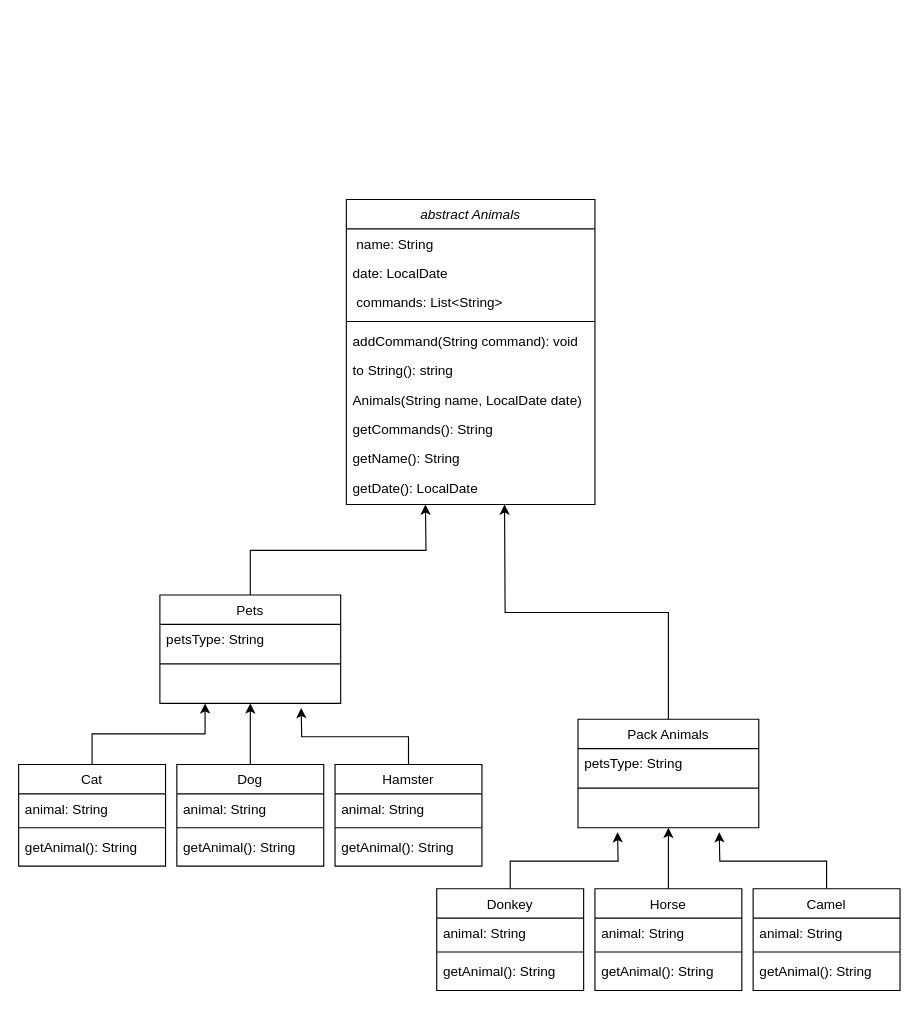
Before: diagram/Diagram class.drawio in Baevar/finalHomeWork, a draw.io diagram. Source tidied: cells renumbered, new cells numbered last; positions are measured from the earlier drawing's top-left corner, leaving out a move shared by most shapes. Both pictures are drawn from the tidied source at 113%, with x=0, y=0 at pixel (18, 199).
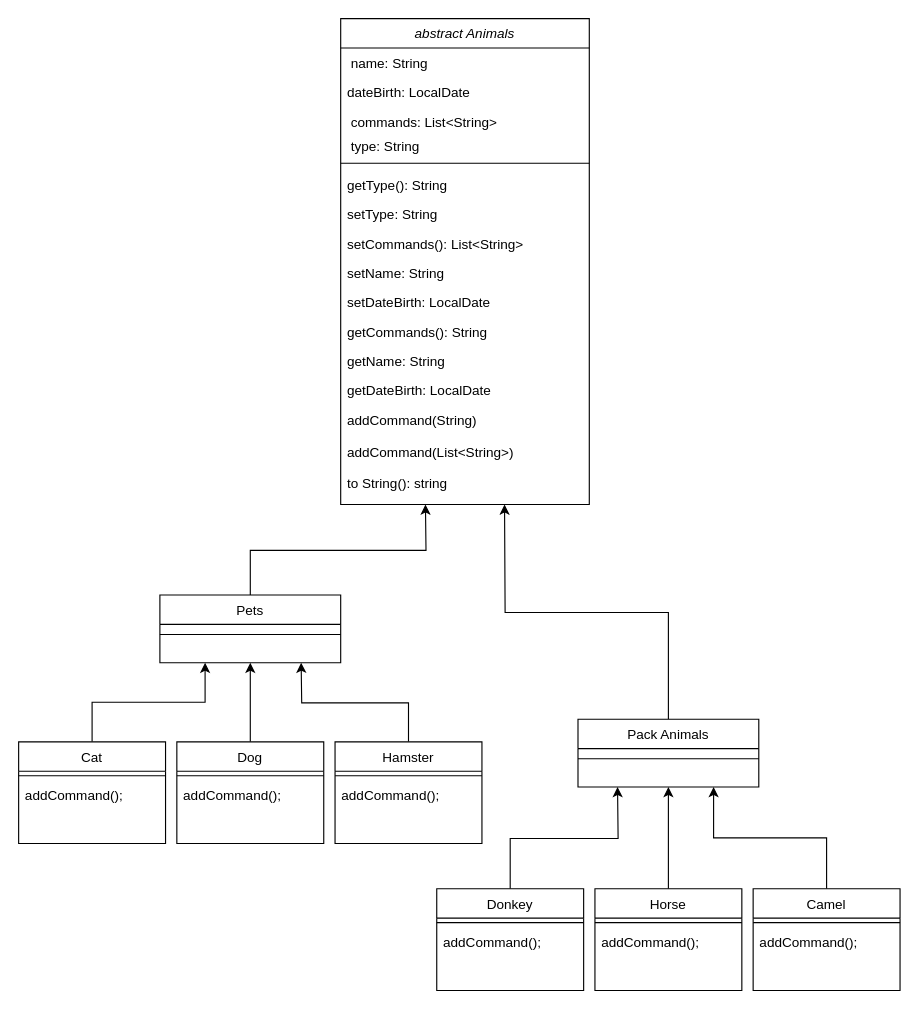
Above is the later version.

Commit message (it also covers changes not shown here):
поправил диаграмму

The change refers to these unchanged cells:
```xml
<mxCell id="37" value="Donkey" style="swimlane;fontStyle=0;align=center;verticalAlign=top;horizontal=1;startSize=26;rounded=0;shadow=0;strokeWidth=1;" parent="1" vertex="1">
  <mxGeometry x="370" y="610" width="130" height="90" as="geometry" />
</mxCell>
<mxCell id="42" value="Horse" style="swimlane;fontStyle=0;align=center;verticalAlign=top;horizontal=1;startSize=26;rounded=0;shadow=0;strokeWidth=1;" parent="1" vertex="1">
  <mxGeometry x="510" y="610" width="130" height="90" as="geometry" />
</mxCell>
<mxCell id="47" value="Camel" style="swimlane;fontStyle=0;align=center;verticalAlign=top;horizontal=1;startSize=26;rounded=0;shadow=0;strokeWidth=1;" parent="1" vertex="1">
  <mxGeometry x="650" y="610" width="130" height="90" as="geometry" />
</mxCell>
```

Diff of the diagram source:
```diff
@@
     <mxCell id="2" value="abstract Animals" style="swimlane;fontStyle=2;align=center;verticalAlign=top;horizontal=1;startSize=26;rounded=0;shadow=0;strokeWidth=1;" parent="1" vertex="1">
-      <mxGeometry x="290" width="220" height="270" as="geometry" />
+      <mxGeometry x="285" y="-160" width="220" height="430" as="geometry" />
     </mxCell>
@@
-    <mxCell id="4" value="date: LocalDate" style="text;align=left;verticalAlign=top;spacingLeft=4;spacingRight=4;overflow=hidden;rounded=0;shadow=0;html=0;" parent="2" vertex="1">
+    <mxCell id="4" value="dateBirth: LocalDate" style="text;align=left;verticalAlign=top;spacingLeft=4;spacingRight=4;overflow=hidden;rounded=0;shadow=0;html=0;" parent="2" vertex="1">
       <mxGeometry y="52" width="220" height="26" as="geometry" />
     </mxCell>
     <mxCell id="5" value=" commands: List&lt;String&gt;" style="text;align=left;verticalAlign=top;spacingLeft=4;spacingRight=4;overflow=hidden;rounded=0;shadow=0;html=0;" parent="2" vertex="1">
-      <mxGeometry y="78" width="220" height="26" as="geometry" />
+      <mxGeometry y="78" width="220" height="22" as="geometry" />
     </mxCell>
+    <mxCell id="51" value=" type: String" style="text;align=left;verticalAlign=top;spacingLeft=4;spacingRight=4;overflow=hidden;rounded=0;shadow=0;html=0;" parent="2" vertex="1">
+      <mxGeometry y="100" width="220" height="22" as="geometry" />
+    </mxCell>
     <mxCell id="6" style="line;html=1;strokeWidth=1;align=left;verticalAlign=middle;spacingTop=-1;spacingLeft=3;spacingRight=3;labelPosition=right;" parent="2" vertex="1">
-      <mxGeometry y="104" width="220" height="8" as="geometry" />
+      <mxGeometry y="122" width="220" height="12" as="geometry" />
     </mxCell>
+    <mxCell id="11" value="getType(): String" style="text;align=left;verticalAlign=top;spacingLeft=4;spacingRight=4;overflow=hidden;" parent="2" vertex="1">
+      <mxGeometry y="134" width="220" height="26" as="geometry" />
+    </mxCell>
+    <mxCell id="52" value="setType: String" style="text;align=left;verticalAlign=top;spacingLeft=4;spacingRight=4;overflow=hidden;" parent="2" vertex="1">
+      <mxGeometry y="160" width="220" height="26" as="geometry" />
+    </mxCell>
+    <mxCell id="53" value="setCommands(): List&lt;String&gt;" style="text;align=left;verticalAlign=top;spacingLeft=4;spacingRight=4;overflow=hidden;" parent="2" vertex="1">
+      <mxGeometry y="186" width="220" height="26" as="geometry" />
+    </mxCell>
+    <mxCell id="54" value="setName: String" style="text;align=left;verticalAlign=top;spacingLeft=4;spacingRight=4;overflow=hidden;" parent="2" vertex="1">
+      <mxGeometry y="212" width="220" height="26" as="geometry" />
+    </mxCell>
+    <mxCell id="55" value="setDateBirth: LocalDate" style="text;align=left;verticalAlign=top;spacingLeft=4;spacingRight=4;overflow=hidden;" parent="2" vertex="1">
+      <mxGeometry y="238" width="220" height="26" as="geometry" />
+    </mxCell>
+    <mxCell id="10" value="getCommands(): String" style="text;align=left;verticalAlign=top;spacingLeft=4;spacingRight=4;overflow=hidden;" parent="2" vertex="1">
+      <mxGeometry y="264" width="220" height="26" as="geometry" />
+    </mxCell>
+    <mxCell id="56" value="getName: String" style="text;align=left;verticalAlign=top;spacingLeft=4;spacingRight=4;overflow=hidden;" parent="2" vertex="1">
+      <mxGeometry y="290" width="220" height="26" as="geometry" />
+    </mxCell>
+    <mxCell id="57" value="getDateBirth: LocalDate" style="text;align=left;verticalAlign=top;spacingLeft=4;spacingRight=4;overflow=hidden;" parent="2" vertex="1">
+      <mxGeometry y="316" width="220" height="26" as="geometry" />
+    </mxCell>
-    <mxCell id="7" value="addCommand(String command): void&#10;" style="text;align=left;verticalAlign=top;spacingLeft=4;spacingRight=4;overflow=hidden;" parent="2" vertex="1">
-      <mxGeometry y="112" width="220" height="26" as="geometry" />
+    <mxCell id="7" value="addCommand(String)&#10;" style="text;align=left;verticalAlign=top;spacingLeft=4;spacingRight=4;overflow=hidden;" parent="2" vertex="1">
+      <mxGeometry y="342" width="220" height="28" as="geometry" />
     </mxCell>
+    <mxCell id="58" value="addCommand(List&lt;String&gt;)&#10;" style="text;align=left;verticalAlign=top;spacingLeft=4;spacingRight=4;overflow=hidden;" parent="2" vertex="1">
+      <mxGeometry y="370" width="220" height="28" as="geometry" />
+    </mxCell>
     <mxCell id="8" value="to String(): string&#10;" style="text;align=left;verticalAlign=top;spacingLeft=4;spacingRight=4;overflow=hidden;" parent="2" vertex="1">
-      <mxGeometry y="138" width="220" height="26" as="geometry" />
+      <mxGeometry y="398" width="220" height="26" as="geometry" />
     </mxCell>
-    <mxCell id="9" value="Animals(String name, LocalDate date)" style="text;align=left;verticalAlign=top;spacingLeft=4;spacingRight=4;overflow=hidden;" parent="2" vertex="1">
-      <mxGeometry y="164" width="220" height="26" as="geometry" />
-    </mxCell>
-    <mxCell id="10" value="getCommands(): String" style="text;align=left;verticalAlign=top;spacingLeft=4;spacingRight=4;overflow=hidden;" parent="2" vertex="1">
-      <mxGeometry y="190" width="220" height="26" as="geometry" />
-    </mxCell>
-    <mxCell id="11" value="getName(): String" style="text;align=left;verticalAlign=top;spacingLeft=4;spacingRight=4;overflow=hidden;" parent="2" vertex="1">
-      <mxGeometry y="216" width="220" height="26" as="geometry" />
-    </mxCell>
-    <mxCell id="12" value="getDate(): LocalDate" style="text;align=left;verticalAlign=top;spacingLeft=4;spacingRight=4;overflow=hidden;" parent="2" vertex="1">
-      <mxGeometry y="242" width="220" height="26" as="geometry" />
-    </mxCell>
@@
     <mxCell id="14" value="Cat" style="swimlane;fontStyle=0;align=center;verticalAlign=top;horizontal=1;startSize=26;rounded=0;shadow=0;strokeWidth=1;" parent="1" vertex="1">
-      <mxGeometry y="500" width="130" height="90" as="geometry" />
+      <mxGeometry y="480" width="130" height="90" as="geometry" />
     </mxCell>
-    <mxCell id="15" value="animal: String" style="text;align=left;verticalAlign=top;spacingLeft=4;spacingRight=4;overflow=hidden;" parent="14" vertex="1">
-      <mxGeometry y="26" width="130" height="26" as="geometry" />
-    </mxCell>
     <mxCell id="16" style="line;html=1;strokeWidth=1;align=left;verticalAlign=middle;spacingTop=-1;spacingLeft=3;spacingRight=3;labelPosition=right;" parent="14" vertex="1">
-      <mxGeometry y="52" width="130" height="8" as="geometry" />
+      <mxGeometry y="26" width="130" height="8" as="geometry" />
     </mxCell>
-    <mxCell id="17" value="getAnimal(): String" style="text;align=left;verticalAlign=top;spacingLeft=4;spacingRight=4;overflow=hidden;" parent="14" vertex="1">
-      <mxGeometry y="60" width="130" height="26" as="geometry" />
+    <mxCell id="17" value="addCommand();" style="text;align=left;verticalAlign=top;spacingLeft=4;spacingRight=4;overflow=hidden;" parent="14" vertex="1">
+      <mxGeometry y="34" width="130" height="26" as="geometry" />
     </mxCell>
@@
     <mxCell id="19" value="Pets" style="swimlane;fontStyle=0;align=center;verticalAlign=top;horizontal=1;startSize=26;rounded=0;shadow=0;strokeWidth=1;" parent="1" vertex="1">
-      <mxGeometry x="125" y="350" width="160" height="96" as="geometry" />
+      <mxGeometry x="125" y="350" width="160" height="60" as="geometry" />
     </mxCell>
-    <mxCell id="20" value="petsType: String" style="text;align=left;verticalAlign=top;spacingLeft=4;spacingRight=4;overflow=hidden;" parent="19" vertex="1">
-      <mxGeometry y="26" width="160" height="26" as="geometry" />
-    </mxCell>
     <mxCell id="21" style="line;html=1;strokeWidth=1;align=left;verticalAlign=middle;spacingTop=-1;spacingLeft=3;spacingRight=3;labelPosition=right;" parent="19" vertex="1">
-      <mxGeometry y="52" width="160" height="18" as="geometry" />
+      <mxGeometry y="26" width="160" height="18" as="geometry" />
     </mxCell>
@@
     <mxCell id="23" value="Pack Animals" style="swimlane;fontStyle=0;align=center;verticalAlign=top;horizontal=1;startSize=26;rounded=0;shadow=0;strokeWidth=1;" parent="1" vertex="1">
-      <mxGeometry x="495" y="460" width="160" height="96" as="geometry" />
+      <mxGeometry x="495" y="460" width="160" height="60" as="geometry" />
     </mxCell>
-    <mxCell id="24" value="petsType: String" style="text;align=left;verticalAlign=top;spacingLeft=4;spacingRight=4;overflow=hidden;" parent="23" vertex="1">
-      <mxGeometry y="26" width="160" height="26" as="geometry" />
-    </mxCell>
     <mxCell id="25" style="line;html=1;strokeWidth=1;align=left;verticalAlign=middle;spacingTop=-1;spacingLeft=3;spacingRight=3;labelPosition=right;" parent="23" vertex="1">
-      <mxGeometry y="52" width="160" height="18" as="geometry" />
+      <mxGeometry y="26" width="160" height="18" as="geometry" />
     </mxCell>
@@
     <mxCell id="27" value="Dog" style="swimlane;fontStyle=0;align=center;verticalAlign=top;horizontal=1;startSize=26;rounded=0;shadow=0;strokeWidth=1;" parent="1" vertex="1">
-      <mxGeometry x="140" y="500" width="130" height="90" as="geometry" />
+      <mxGeometry x="140" y="480" width="130" height="90" as="geometry" />
     </mxCell>
-    <mxCell id="28" value="animal: String" style="text;align=left;verticalAlign=top;spacingLeft=4;spacingRight=4;overflow=hidden;" parent="27" vertex="1">
-      <mxGeometry y="26" width="130" height="26" as="geometry" />
-    </mxCell>
     <mxCell id="29" style="line;html=1;strokeWidth=1;align=left;verticalAlign=middle;spacingTop=-1;spacingLeft=3;spacingRight=3;labelPosition=right;" parent="27" vertex="1">
-      <mxGeometry y="52" width="130" height="8" as="geometry" />
+      <mxGeometry y="26" width="130" height="8" as="geometry" />
     </mxCell>
-    <mxCell id="30" value="getAnimal(): String" style="text;align=left;verticalAlign=top;spacingLeft=4;spacingRight=4;overflow=hidden;" parent="27" vertex="1">
-      <mxGeometry y="60" width="130" height="26" as="geometry" />
-    </mxCell>
+    <mxCell id="59" value="addCommand();" style="text;align=left;verticalAlign=top;spacingLeft=4;spacingRight=4;overflow=hidden;" parent="27" vertex="1">
+      <mxGeometry y="34" width="130" height="26" as="geometry" />
+    </mxCell>
     <mxCell id="31" style="edgeStyle=orthogonalEdgeStyle;rounded=0;jettySize=auto;html=1;exitX=0.5;exitY=0;exitDx=0;exitDy=0;" parent="1" edge="1" source="32">
       <mxGeometry relative="1" as="geometry">
-        <mxPoint x="250" y="450" as="targetPoint" />
+        <mxPoint x="250" y="410" as="targetPoint" />
       </mxGeometry>
     </mxCell>
     <mxCell id="32" value="Hamster" style="swimlane;fontStyle=0;align=center;verticalAlign=top;horizontal=1;startSize=26;rounded=0;shadow=0;strokeWidth=1;" parent="1" vertex="1">
-      <mxGeometry x="280" y="500" width="130" height="90" as="geometry" />
+      <mxGeometry x="280" y="480" width="130" height="90" as="geometry" />
     </mxCell>
-    <mxCell id="33" value="animal: String" style="text;align=left;verticalAlign=top;spacingLeft=4;spacingRight=4;overflow=hidden;" parent="32" vertex="1">
-      <mxGeometry y="26" width="130" height="26" as="geometry" />
-    </mxCell>
     <mxCell id="34" style="line;html=1;strokeWidth=1;align=left;verticalAlign=middle;spacingTop=-1;spacingLeft=3;spacingRight=3;labelPosition=right;" parent="32" vertex="1">
-      <mxGeometry y="52" width="130" height="8" as="geometry" />
+      <mxGeometry y="26" width="130" height="8" as="geometry" />
     </mxCell>
-    <mxCell id="35" value="getAnimal(): String" style="text;align=left;verticalAlign=top;spacingLeft=4;spacingRight=4;overflow=hidden;" parent="32" vertex="1">
-      <mxGeometry y="60" width="130" height="26" as="geometry" />
-    </mxCell>
+    <mxCell id="60" value="addCommand();" style="text;align=left;verticalAlign=top;spacingLeft=4;spacingRight=4;overflow=hidden;" parent="32" vertex="1">
+      <mxGeometry y="34" width="130" height="26" as="geometry" />
+    </mxCell>
     <mxCell id="36" style="edgeStyle=orthogonalEdgeStyle;rounded=0;jettySize=auto;html=1;exitX=0.5;exitY=0;exitDx=0;exitDy=0;" parent="1" edge="1" source="37">
       <mxGeometry relative="1" as="geometry">
-        <mxPoint x="530" y="560" as="targetPoint" />
+        <mxPoint x="530" y="520" as="targetPoint" />
       </mxGeometry>
     </mxCell>
@@
-    <mxCell id="38" value="animal: String" style="text;align=left;verticalAlign=top;spacingLeft=4;spacingRight=4;overflow=hidden;" parent="37" vertex="1">
-      <mxGeometry y="26" width="130" height="26" as="geometry" />
-    </mxCell>
     <mxCell id="39" style="line;html=1;strokeWidth=1;align=left;verticalAlign=middle;spacingTop=-1;spacingLeft=3;spacingRight=3;labelPosition=right;" parent="37" vertex="1">
-      <mxGeometry y="52" width="130" height="8" as="geometry" />
+      <mxGeometry y="26" width="130" height="8" as="geometry" />
     </mxCell>
-    <mxCell id="40" value="getAnimal(): String" style="text;align=left;verticalAlign=top;spacingLeft=4;spacingRight=4;overflow=hidden;" parent="37" vertex="1">
-      <mxGeometry y="60" width="130" height="26" as="geometry" />
-    </mxCell>
+    <mxCell id="61" value="addCommand();" style="text;align=left;verticalAlign=top;spacingLeft=4;spacingRight=4;overflow=hidden;" parent="37" vertex="1">
+      <mxGeometry y="34" width="130" height="26" as="geometry" />
+    </mxCell>
@@
-    <mxCell id="43" value="animal: String" style="text;align=left;verticalAlign=top;spacingLeft=4;spacingRight=4;overflow=hidden;" parent="42" vertex="1">
-      <mxGeometry y="26" width="130" height="26" as="geometry" />
-    </mxCell>
     <mxCell id="44" style="line;html=1;strokeWidth=1;align=left;verticalAlign=middle;spacingTop=-1;spacingLeft=3;spacingRight=3;labelPosition=right;" parent="42" vertex="1">
-      <mxGeometry y="52" width="130" height="8" as="geometry" />
+      <mxGeometry y="26" width="130" height="8" as="geometry" />
     </mxCell>
-    <mxCell id="45" value="getAnimal(): String" style="text;align=left;verticalAlign=top;spacingLeft=4;spacingRight=4;overflow=hidden;" parent="42" vertex="1">
-      <mxGeometry y="60" width="130" height="26" as="geometry" />
-    </mxCell>
+    <mxCell id="62" value="addCommand();" style="text;align=left;verticalAlign=top;spacingLeft=4;spacingRight=4;overflow=hidden;" parent="42" vertex="1">
+      <mxGeometry y="34" width="130" height="26" as="geometry" />
+    </mxCell>
-    <mxCell id="46" style="edgeStyle=orthogonalEdgeStyle;rounded=0;jettySize=auto;html=1;exitX=0.5;exitY=0;exitDx=0;exitDy=0;" parent="1" edge="1" source="47">
-      <mxGeometry relative="1" as="geometry">
-        <mxPoint x="620" y="560" as="targetPoint" />
-      </mxGeometry>
+    <mxCell id="46" style="edgeStyle=orthogonalEdgeStyle;rounded=0;jettySize=auto;html=1;exitX=0.5;exitY=0;exitDx=0;exitDy=0;entryX=0.75;entryY=1;entryDx=0;entryDy=0;" parent="1" edge="1" source="47" target="23">
+      <mxGeometry relative="1" as="geometry" />
     </mxCell>
@@
-    <mxCell id="48" value="animal: String" style="text;align=left;verticalAlign=top;spacingLeft=4;spacingRight=4;overflow=hidden;" parent="47" vertex="1">
-      <mxGeometry y="26" width="130" height="26" as="geometry" />
-    </mxCell>
     <mxCell id="49" style="line;html=1;strokeWidth=1;align=left;verticalAlign=middle;spacingTop=-1;spacingLeft=3;spacingRight=3;labelPosition=right;" parent="47" vertex="1">
-      <mxGeometry y="52" width="130" height="8" as="geometry" />
+      <mxGeometry y="26" width="130" height="8" as="geometry" />
     </mxCell>
-    <mxCell id="50" value="getAnimal(): String" style="text;align=left;verticalAlign=top;spacingLeft=4;spacingRight=4;overflow=hidden;" parent="47" vertex="1">
-      <mxGeometry y="60" width="130" height="26" as="geometry" />
-    </mxCell>
+    <mxCell id="63" value="addCommand();" style="text;align=left;verticalAlign=top;spacingLeft=4;spacingRight=4;overflow=hidden;" parent="47" vertex="1">
+      <mxGeometry y="34" width="130" height="26" as="geometry" />
+    </mxCell>
```
